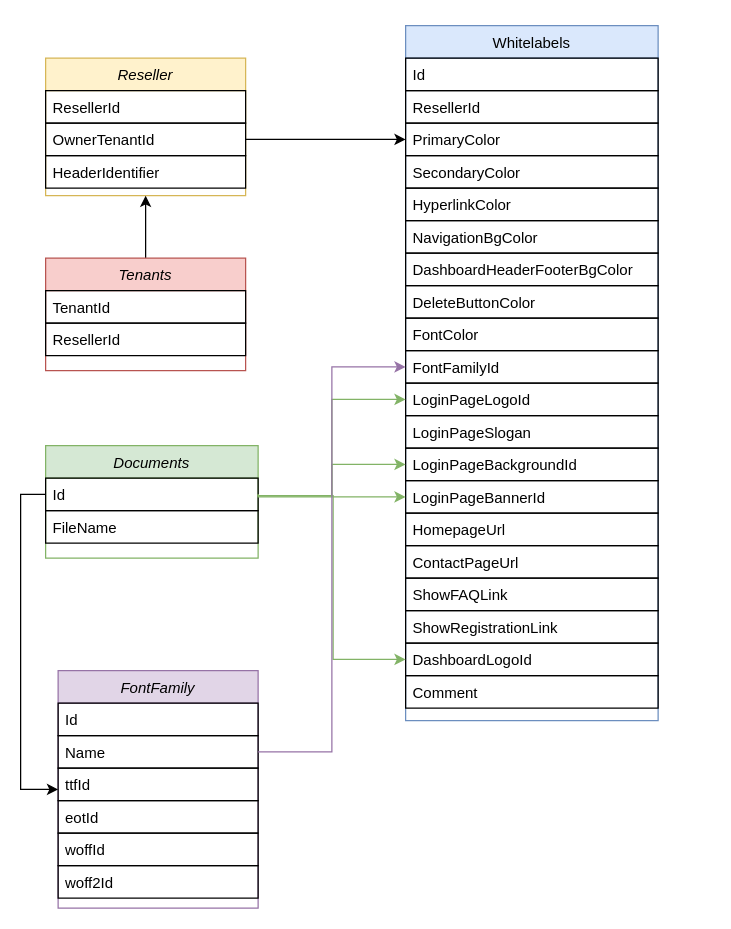
Before: Unbenanntes Diagramm.drawio in sahar2550/.Net, a draw.io diagram. Source tidied: cells renumbered, new cells numbered last; positions are measured from the earlier drawing's top-left corner, leaving out a move shared by most shapes. Both pictures are drawn from the tidied source at 125%, with x=0, y=0 at pixel (20, 25).
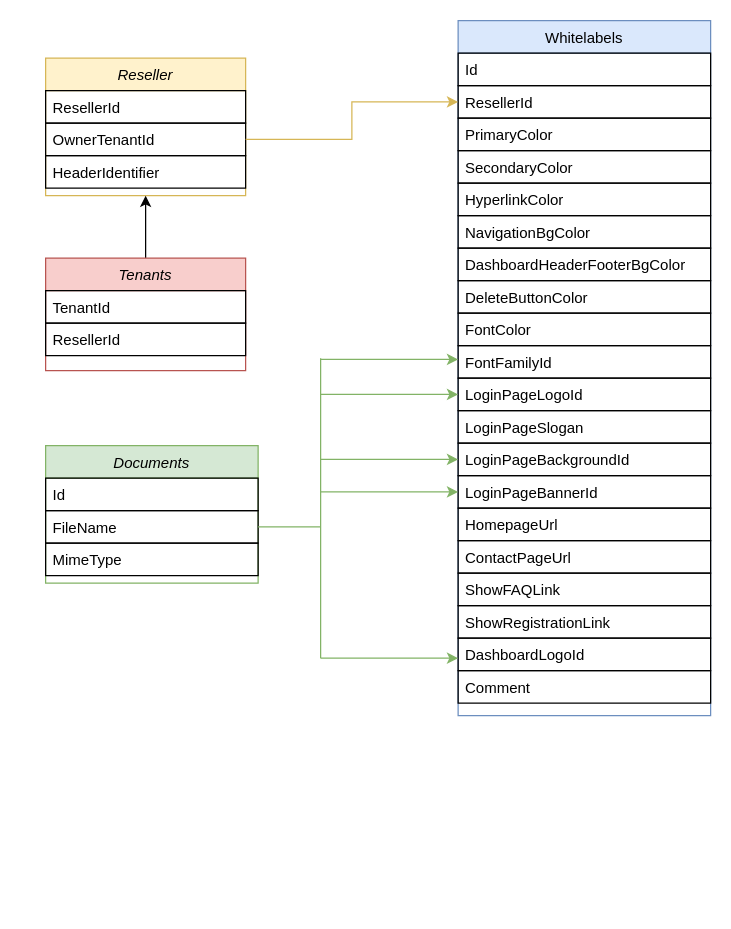
Above is the later version.

The change refers to these unchanged cells:
```xml
<mxCell id="4" value="OwnerTenantId" style="text;align=left;verticalAlign=top;spacingLeft=4;spacingRight=4;overflow=hidden;points=[[0,0.5],[1,0.5]];portConstraint=eastwest;rounded=0;shadow=0;html=0;strokeColor=default;" parent="2" vertex="1">
  <mxGeometry y="52" width="160" height="26" as="geometry" />
</mxCell>
<mxCell id="8" value="ResellerId" style="text;align=left;verticalAlign=top;spacingLeft=4;spacingRight=4;overflow=hidden;points=[[0,0.5],[1,0.5]];portConstraint=eastwest;rounded=0;shadow=0;html=0;strokeColor=default;" parent="6" vertex="1">
  <mxGeometry y="52" width="202" height="26" as="geometry" />
</mxCell>
<mxCell id="9" value="PrimaryColor" style="text;align=left;verticalAlign=top;spacingLeft=4;spacingRight=4;overflow=hidden;points=[[0,0.5],[1,0.5]];portConstraint=eastwest;rounded=0;shadow=0;html=0;strokeColor=default;" parent="6" vertex="1">
  <mxGeometry y="78" width="202" height="26" as="geometry" />
</mxCell>
<mxCell id="16" value="FontFamilyId" style="text;align=left;verticalAlign=top;spacingLeft=4;spacingRight=4;overflow=hidden;points=[[0,0.5],[1,0.5]];portConstraint=eastwest;rounded=0;shadow=0;html=0;strokeColor=default;" parent="6" vertex="1">
  <mxGeometry y="260" width="202" height="26" as="geometry" />
</mxCell>
<mxCell id="17" value="LoginPageLogoId" style="text;align=left;verticalAlign=top;spacingLeft=4;spacingRight=4;overflow=hidden;points=[[0,0.5],[1,0.5]];portConstraint=eastwest;rounded=0;shadow=0;html=0;strokeColor=default;" parent="6" vertex="1">
  <mxGeometry y="286" width="202" height="26" as="geometry" />
</mxCell>
<mxCell id="19" value="LoginPageBackgroundId" style="text;align=left;verticalAlign=top;spacingLeft=4;spacingRight=4;overflow=hidden;points=[[0,0.5],[1,0.5]];portConstraint=eastwest;rounded=0;shadow=0;html=0;strokeColor=default;" parent="6" vertex="1">
  <mxGeometry y="338" width="202" height="26" as="geometry" />
</mxCell>
<mxCell id="20" value="LoginPageBannerId" style="text;align=left;verticalAlign=top;spacingLeft=4;spacingRight=4;overflow=hidden;points=[[0,0.5],[1,0.5]];portConstraint=eastwest;rounded=0;shadow=0;html=0;strokeColor=default;" parent="6" vertex="1">
  <mxGeometry y="364" width="202" height="26" as="geometry" />
</mxCell>
<mxCell id="25" value="DashboardLogoId" style="text;align=left;verticalAlign=top;spacingLeft=4;spacingRight=4;overflow=hidden;points=[[0,0.5],[1,0.5]];portConstraint=eastwest;rounded=0;shadow=0;html=0;strokeColor=default;" parent="6" vertex="1">
  <mxGeometry y="494" width="202" height="26" as="geometry" />
</mxCell>
<mxCell id="33" value="Id" style="text;align=left;verticalAlign=top;spacingLeft=4;spacingRight=4;overflow=hidden;points=[[0,0.5],[1,0.5]];portConstraint=eastwest;strokeColor=default;" parent="32" vertex="1">
  <mxGeometry y="26" width="170" height="26" as="geometry" />
</mxCell>
<mxCell id="34" value="FileName" style="text;align=left;verticalAlign=top;spacingLeft=4;spacingRight=4;overflow=hidden;points=[[0,0.5],[1,0.5]];portConstraint=eastwest;rounded=0;shadow=0;html=0;strokeColor=default;" parent="32" vertex="1">
  <mxGeometry y="52" width="170" height="26" as="geometry" />
</mxCell>
```

Diff of the diagram source:
```diff
@@
     <mxCell id="6" value="Whitelabels" style="swimlane;fontStyle=0;align=center;verticalAlign=top;horizontal=1;startSize=26;rounded=0;shadow=0;strokeWidth=1;fillColor=#dae8fc;strokeColor=#6c8ebf;" parent="1" vertex="1">
-      <mxGeometry x="308" width="202" height="556" as="geometry" />
+      <mxGeometry x="350" y="-4" width="202" height="556" as="geometry" />
     </mxCell>
@@
-    <mxCell id="31" style="edgeStyle=orthogonalEdgeStyle;rounded=0;jettySize=auto;html=1;exitX=1;exitY=0.5;exitDx=0;exitDy=0;entryX=0;entryY=0.5;entryDx=0;entryDy=0;" parent="1" edge="1" source="4" target="9">
-      <mxGeometry relative="1" as="geometry" />
-    </mxCell>
     <mxCell id="32" value="Documents" style="swimlane;fontStyle=2;align=center;verticalAlign=top;horizontal=1;startSize=26;rounded=0;shadow=0;strokeWidth=1;fillColor=#d5e8d4;strokeColor=#82b366;" parent="1" vertex="1">
-      <mxGeometry x="20" y="336" width="170" height="90" as="geometry" />
+      <mxGeometry x="20" y="336" width="170" height="110" as="geometry" />
     </mxCell>
@@
-    <mxCell id="35" value="FontFamily" style="swimlane;fontStyle=2;align=center;verticalAlign=top;horizontal=1;startSize=26;rounded=0;shadow=0;strokeWidth=1;fillColor=#e1d5e7;strokeColor=#9673a6;" parent="1" vertex="1">
-      <mxGeometry x="30" y="516" width="160" height="190" as="geometry" />
-    </mxCell>
-    <mxCell id="36" value="Id" style="text;align=left;verticalAlign=top;spacingLeft=4;spacingRight=4;overflow=hidden;strokeColor=default;" parent="35" vertex="1">
-      <mxGeometry y="26" width="160" height="26" as="geometry" />
-    </mxCell>
-    <mxCell id="37" value="Name" style="text;align=left;verticalAlign=top;spacingLeft=4;spacingRight=4;overflow=hidden;points=[[0,0.5],[1,0.5]];portConstraint=eastwest;strokeColor=default;" parent="35" vertex="1">
-      <mxGeometry y="52" width="160" height="26" as="geometry" />
-    </mxCell>
-    <mxCell id="38" value="ttfId" style="text;align=left;verticalAlign=top;spacingLeft=4;spacingRight=4;overflow=hidden;strokeColor=default;" parent="35" vertex="1">
-      <mxGeometry y="78" width="160" height="26" as="geometry" />
-    </mxCell>
-    <mxCell id="39" value="eotId" style="text;align=left;verticalAlign=top;spacingLeft=4;spacingRight=4;overflow=hidden;strokeColor=default;" parent="35" vertex="1">
-      <mxGeometry y="104" width="160" height="26" as="geometry" />
-    </mxCell>
-    <mxCell id="40" value="woffId" style="text;align=left;verticalAlign=top;spacingLeft=4;spacingRight=4;overflow=hidden;strokeColor=default;" parent="35" vertex="1">
-      <mxGeometry y="130" width="160" height="26" as="geometry" />
-    </mxCell>
-    <mxCell id="41" value="woff2Id" style="text;align=left;verticalAlign=top;spacingLeft=4;spacingRight=4;overflow=hidden;strokeColor=default;" parent="35" vertex="1">
-      <mxGeometry y="156" width="160" height="26" as="geometry" />
-    </mxCell>
-    <mxCell id="42" style="edgeStyle=orthogonalEdgeStyle;rounded=0;jettySize=auto;html=1;entryX=0;entryY=0.5;entryDx=0;entryDy=0;" parent="1" edge="1" source="33" target="35">
-      <mxGeometry relative="1" as="geometry">
-        <Array as="points">
-          <mxPoint y="375" />
-          <mxPoint y="611" />
-        </Array>
-      </mxGeometry>
-    </mxCell>
-    <mxCell id="43" style="edgeStyle=orthogonalEdgeStyle;rounded=0;jettySize=auto;html=1;exitX=1;exitY=0.5;exitDx=0;exitDy=0;entryX=0;entryY=0.5;entryDx=0;entryDy=0;fillColor=#d5e8d4;strokeColor=#82b366;" parent="1" edge="1" source="33" target="25">
-      <mxGeometry relative="1" as="geometry">
-        <Array as="points">
-          <mxPoint x="190" y="376" />
-          <mxPoint x="250" y="376" />
-          <mxPoint x="250" y="507" />
-        </Array>
-      </mxGeometry>
-    </mxCell>
-    <mxCell id="44" style="edgeStyle=orthogonalEdgeStyle;rounded=0;jettySize=auto;html=1;exitX=1;exitY=0.5;exitDx=0;exitDy=0;entryX=0;entryY=0.5;entryDx=0;entryDy=0;fillColor=#d5e8d4;strokeColor=#82b366;" parent="1" edge="1" source="33" target="20">
-      <mxGeometry relative="1" as="geometry">
-        <Array as="points">
-          <mxPoint x="190" y="377" />
-        </Array>
-      </mxGeometry>
-    </mxCell>
-    <mxCell id="45" style="edgeStyle=orthogonalEdgeStyle;rounded=0;jettySize=auto;html=1;entryX=0;entryY=0.5;entryDx=0;entryDy=0;exitX=1;exitY=0.5;exitDx=0;exitDy=0;fillColor=#d5e8d4;strokeColor=#82b366;" parent="1" edge="1" source="33" target="17">
-      <mxGeometry relative="1" as="geometry">
-        <Array as="points">
-          <mxPoint x="190" y="376" />
-          <mxPoint x="249" y="376" />
-          <mxPoint x="249" y="299" />
-        </Array>
-      </mxGeometry>
-    </mxCell>
-    <mxCell id="46" style="edgeStyle=orthogonalEdgeStyle;rounded=0;jettySize=auto;html=1;entryX=0;entryY=0.5;entryDx=0;entryDy=0;fillColor=#d5e8d4;strokeColor=#82b366;" parent="1" edge="1" target="19">
-      <mxGeometry relative="1" as="geometry">
-        <mxPoint x="190" y="376" as="sourcePoint" />
-        <Array as="points">
-          <mxPoint x="249" y="376" />
-          <mxPoint x="249" y="351" />
-        </Array>
-      </mxGeometry>
-    </mxCell>
-    <mxCell id="47" style="edgeStyle=orthogonalEdgeStyle;rounded=0;jettySize=auto;html=1;exitX=1;exitY=0.5;exitDx=0;exitDy=0;entryX=0;entryY=0.5;entryDx=0;entryDy=0;fillColor=#e1d5e7;strokeColor=#9673a6;" parent="1" edge="1" source="37" target="16">
-      <mxGeometry relative="1" as="geometry" />
-    </mxCell>
+    <mxCell id="48" value="MimeType" style="text;align=left;verticalAlign=top;spacingLeft=4;spacingRight=4;overflow=hidden;rounded=0;shadow=0;html=0;strokeColor=default;" parent="32" vertex="1">
+      <mxGeometry y="78" width="170" height="26" as="geometry" />
+    </mxCell>
+    <mxCell id="49" style="endArrow=none;html=1;rounded=0;exitX=1;exitY=0.5;exitDx=0;exitDy=0;fillColor=#d5e8d4;strokeColor=#82b366;" parent="1" edge="1" source="34">
+      <mxGeometry relative="1" as="geometry">
+        <mxPoint x="240" y="401" as="targetPoint" />
+      </mxGeometry>
+    </mxCell>
+    <mxCell id="50" style="endArrow=none;html=1;rounded=0;fillColor=#d5e8d4;strokeColor=#82b366;" parent="1" edge="1">
+      <mxGeometry relative="1" as="geometry">
+        <mxPoint x="240" y="266" as="sourcePoint" />
+        <mxPoint x="240" y="506" as="targetPoint" />
+      </mxGeometry>
+    </mxCell>
+    <mxCell id="51" style="endArrow=classic;html=1;rounded=0;entryX=0;entryY=0.5;entryDx=0;entryDy=0;entryPerimeter=0;fillColor=#d5e8d4;strokeColor=#82b366;" parent="1" edge="1">
+      <mxGeometry relative="1" as="geometry">
+        <mxPoint x="240" y="267" as="sourcePoint" />
+        <mxPoint x="350" y="267" as="targetPoint" />
+      </mxGeometry>
+    </mxCell>
+    <mxCell id="52" style="endArrow=classic;html=1;rounded=0;entryX=0;entryY=0.5;entryDx=0;entryDy=0;fillColor=#d5e8d4;strokeColor=#82b366;" parent="1" edge="1" target="17">
+      <mxGeometry relative="1" as="geometry">
+        <mxPoint x="240" y="295" as="sourcePoint" />
+      </mxGeometry>
+    </mxCell>
+    <mxCell id="53" style="endArrow=classic;html=1;rounded=0;entryX=0;entryY=0.5;entryDx=0;entryDy=0;fillColor=#d5e8d4;strokeColor=#82b366;" parent="1" edge="1" target="19">
+      <mxGeometry relative="1" as="geometry">
+        <mxPoint x="240" y="347" as="sourcePoint" />
+      </mxGeometry>
+    </mxCell>
+    <mxCell id="54" style="endArrow=classic;html=1;rounded=0;entryX=0;entryY=0.5;entryDx=0;entryDy=0;fillColor=#d5e8d4;strokeColor=#82b366;" parent="1" edge="1" target="20">
+      <mxGeometry relative="1" as="geometry">
+        <mxPoint x="240" y="373" as="sourcePoint" />
+      </mxGeometry>
+    </mxCell>
+    <mxCell id="55" style="endArrow=classic;html=1;rounded=0;fillColor=#d5e8d4;strokeColor=#82b366;" parent="1" edge="1">
+      <mxGeometry relative="1" as="geometry">
+        <mxPoint x="240" y="506" as="sourcePoint" />
+        <mxPoint x="350" y="506" as="targetPoint" />
+      </mxGeometry>
+    </mxCell>
+    <mxCell id="56" style="edgeStyle=orthogonalEdgeStyle;rounded=0;jettySize=auto;html=1;exitX=1;exitY=0.5;exitDx=0;exitDy=0;entryX=0;entryY=0.5;entryDx=0;entryDy=0;fillColor=#fff2cc;strokeColor=#d6b656;" parent="1" edge="1" source="4" target="8">
+      <mxGeometry relative="1" as="geometry" />
+    </mxCell>
```
